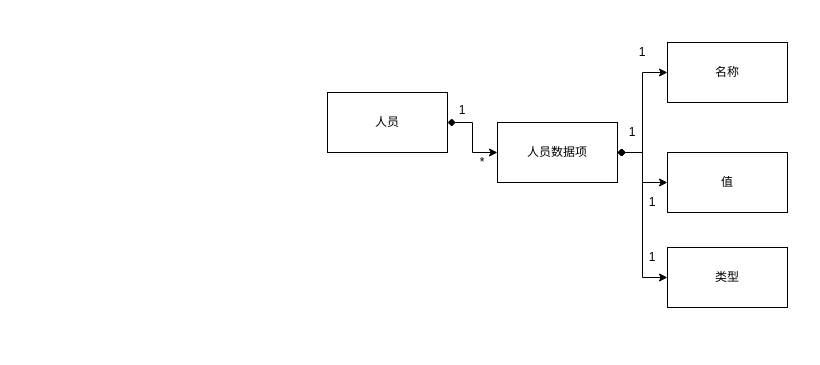
Earlier version of the draw.io diagram packages/2_design_principle/人员组合.drawio (yyc-git/ModernGameEngineDesignEdu). Source tidied: cells renumbered, new cells numbered last; positions are measured from the earlier drawing's top-left corner, leaving out a move shared by most shapes. Both pictures are drawn from the tidied source at 100%, with x=0, y=0 at pixel (327, 42).
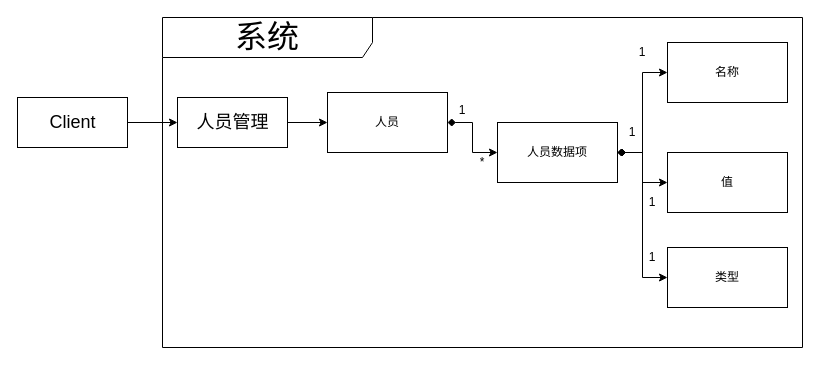
The same diagram, later.

Unchanged cells that the change refers to:
```xml
<mxCell id="2" value="人员" style="rounded=0;whiteSpace=wrap;html=1;" parent="1" vertex="1">
  <mxGeometry y="50" width="120" height="60" as="geometry" />
</mxCell>
```

What changed in the source:
```diff
@@
+    <mxCell id="17" style="edgeStyle=orthogonalEdgeStyle;rounded=0;jettySize=auto;html=1;" parent="1" edge="1" source="18" target="2">
+      <mxGeometry relative="1" as="geometry" />
+    </mxCell>
+    <mxCell id="18" value="人员管理" style="html=1;fontSize=18;" parent="1" vertex="1">
+      <mxGeometry x="-150" y="55" width="110" height="50" as="geometry" />
+    </mxCell>
+    <mxCell id="19" style="edgeStyle=orthogonalEdgeStyle;rounded=0;jettySize=auto;html=1;" parent="1" edge="1" source="20" target="18">
+      <mxGeometry relative="1" as="geometry" />
+    </mxCell>
+    <mxCell id="20" value="Client" style="html=1;fontSize=18;" parent="1" vertex="1">
+      <mxGeometry x="-310" y="55" width="110" height="50" as="geometry" />
+    </mxCell>
+    <mxCell id="21" value="&lt;font style=&quot;font-size: 32px&quot;&gt;系统&lt;/font&gt;" style="shape=umlFrame;whiteSpace=wrap;html=1;width=210;height=40;fontSize=32;" parent="1" vertex="1">
+      <mxGeometry x="-165" y="-25" width="640" height="330" as="geometry" />
+    </mxCell>
```
